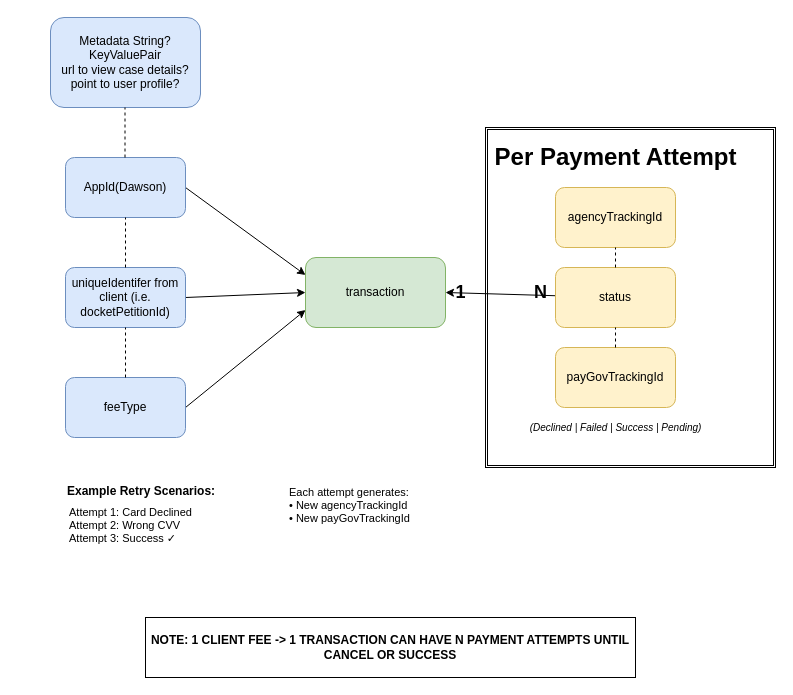
Earlier version of the draw.io diagram docs/diagrams/unique-id.drawio (ustaxcourt/ustc-payment-portal). Source tidied: cells renumbered, new cells numbered last; positions are measured from the earlier drawing's top-left corner, leaving out a move shared by most shapes. Both pictures are drawn from the tidied source at 100%, with x=0, y=0 at pixel (50, 17).
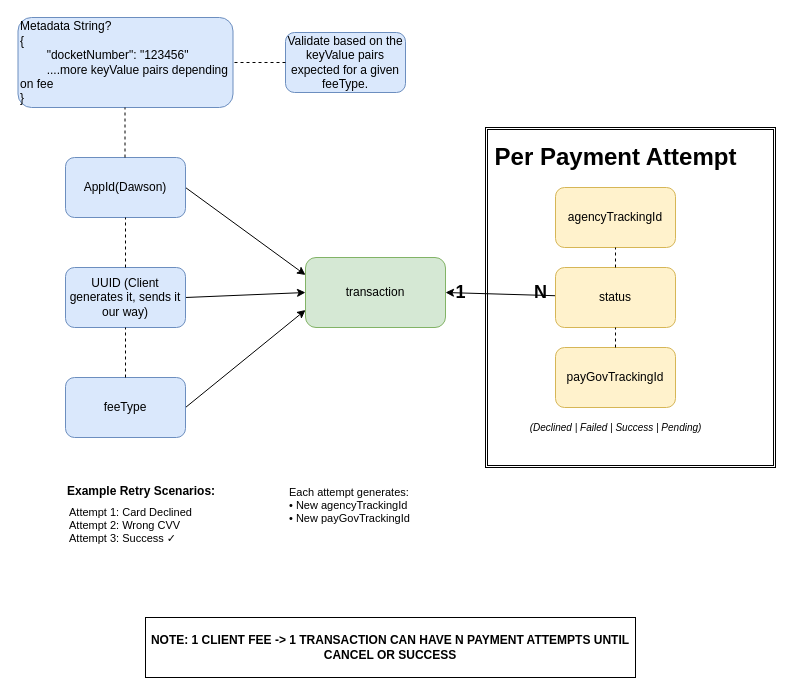
After the change.

Change to the diagram source:
```diff
@@
-    <mxCell id="5" value="uniqueIdentifer from client (i.e. docketPetitionId)" style="rounded=1;whiteSpace=wrap;html=1;fillColor=#dae8fc;strokeColor=#6c8ebf;" parent="1" vertex="1">
+    <mxCell id="5" value="UUID (Client generates it, sends it our way)" style="rounded=1;whiteSpace=wrap;html=1;fillColor=#dae8fc;strokeColor=#6c8ebf;" parent="1" vertex="1">
       <mxGeometry x="15" y="250" width="120" height="60" as="geometry" />
     </mxCell>
@@
-    <mxCell id="26" value="Metadata String?&lt;div&gt;KeyValuePair&lt;/div&gt;&lt;div&gt;url to view case details?&lt;/div&gt;&lt;div&gt;point to user profile?&lt;/div&gt;" style="rounded=1;whiteSpace=wrap;html=1;fillColor=#dae8fc;strokeColor=#6c8ebf;" parent="1" vertex="1">
-      <mxGeometry width="150" height="90" as="geometry" />
+    <mxCell id="26" value="Metadata String?&lt;div&gt;{&lt;/div&gt;&lt;div&gt;&lt;span style=&quot;white-space: pre;&quot;&gt;&#9;&lt;/span&gt;&quot;docketNumber&quot;: &quot;123456&quot;&lt;/div&gt;&lt;div&gt;&lt;span style=&quot;white-space: pre;&quot;&gt;&#9;&lt;/span&gt;....more keyValue pairs depending on fee&lt;br&gt;&lt;/div&gt;&lt;div&gt;}&lt;/div&gt;" style="rounded=1;whiteSpace=wrap;html=1;fillColor=#dae8fc;strokeColor=#6c8ebf;align=left;" parent="1" vertex="1">
+      <mxGeometry x="-32.5" width="215" height="90" as="geometry" />
     </mxCell>
@@
+    <mxCell id="28" value="Validate based on the keyValue pairs expected for a given feeType." style="rounded=1;whiteSpace=wrap;html=1;fillColor=#dae8fc;strokeColor=#6c8ebf;" parent="1" vertex="1">
+      <mxGeometry x="235" y="15" width="120" height="60" as="geometry" />
+    </mxCell>
+    <mxCell id="29" style="endArrow=none;dashed=1;html=1;entryX=1;entryY=0.5;entryDx=0;entryDy=0;exitX=0;exitY=0.5;exitDx=0;exitDy=0;" parent="1" edge="1" source="28" target="26">
+      <mxGeometry relative="1" as="geometry" />
+    </mxCell>
```
